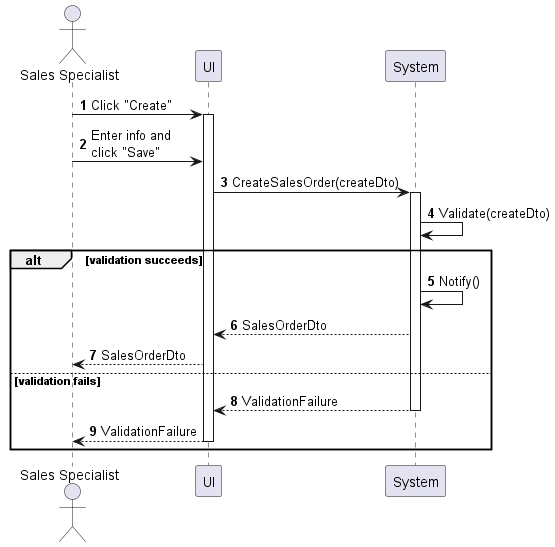
Before: sequences/sales-order-create.png, a diagram exported from PlantUML (phihungha/scmss-reqs).
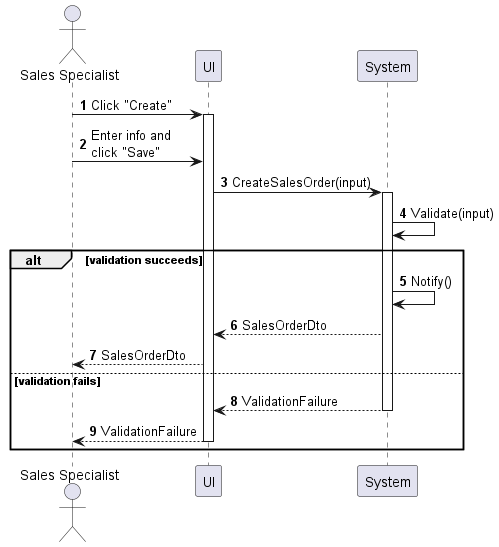
Above is the later version.

Change to the diagram source:
```diff
@@ -8,9 +8,9 @@
 a -> f : Click "Create"
 activate f
 a -> f : Enter info and\nclick "Save"
-f -> b : CreateSalesOrder(createDto)
+f -> b : CreateSalesOrder(input)
 activate b
-b -> b : Validate(createDto)
+b -> b : Validate(input)
 
 alt validation succeeds
     b -> b : Notify()
```
